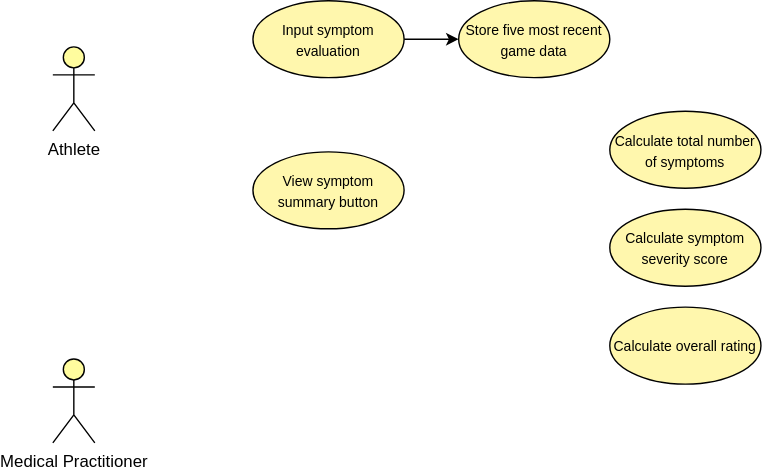
Earlier version of the draw.io export Use Case.drawio.svg (Awesomenaut/Sport-Concussion-Assessment-System-Project). Source tidied: cells renumbered, new cells last; positions are measured from the earlier drawing's top-left corner, leaving out a move shared by most shapes.
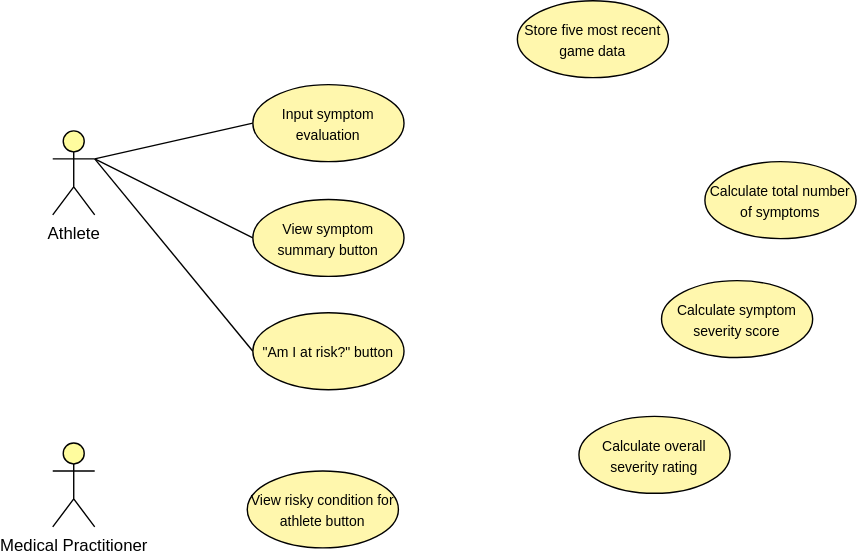
After the commit.

What changed in the source:
```diff
@@ -2,32 +2,44 @@
   <root>
     <mxCell id="0" />
     <mxCell id="1" parent="0" />
+    <mxCell id="11" style="shape=connector;rounded=0;jettySize=auto;html=1;exitX=1;exitY=0.3333333333333333;exitDx=0;exitDy=0;exitPerimeter=0;entryX=0;entryY=0.5;entryDx=0;entryDy=0;labelBackgroundColor=default;strokeColor=#000000;fontFamily=Helvetica;fontSize=11;fontColor=default;endArrow=none;endFill=0;" parent="1" edge="1" source="2" target="5">
+      <mxGeometry relative="1" as="geometry" />
+    </mxCell>
+    <mxCell id="12" style="shape=connector;rounded=0;jettySize=auto;html=1;exitX=1;exitY=0.3333333333333333;exitDx=0;exitDy=0;exitPerimeter=0;entryX=0;entryY=0.5;entryDx=0;entryDy=0;labelBackgroundColor=default;strokeColor=#000000;fontFamily=Helvetica;fontSize=11;fontColor=default;endArrow=none;endFill=0;" parent="1" edge="1" source="2" target="7">
+      <mxGeometry relative="1" as="geometry" />
+    </mxCell>
+    <mxCell id="13" style="shape=connector;rounded=0;jettySize=auto;html=1;exitX=1;exitY=0.3333333333333333;exitDx=0;exitDy=0;exitPerimeter=0;entryX=0;entryY=0.5;entryDx=0;entryDy=0;labelBackgroundColor=default;strokeColor=#000000;fontFamily=Helvetica;fontSize=11;fontColor=default;endArrow=none;endFill=0;" parent="1" edge="1" source="2" target="15">
+      <mxGeometry relative="1" as="geometry" />
+    </mxCell>
     <mxCell id="2" value="&lt;font color=&quot;#000000&quot;&gt;Athlete&lt;/font&gt;" style="shape=umlActor;verticalLabelPosition=bottom;verticalAlign=top;html=1;outlineConnect=0;fillColor=#FFFC9E;strokeColor=#000000;shadow=0;gradientColor=none;" parent="1" vertex="1">
       <mxGeometry y="33" width="30" height="60" as="geometry" />
     </mxCell>
     <mxCell id="3" value="&lt;font color=&quot;#000000&quot;&gt;Medical Practitioner&lt;br&gt;&lt;/font&gt;" style="shape=umlActor;verticalLabelPosition=bottom;verticalAlign=top;html=1;fillColor=#FFFC9E;strokeColor=#000000;shadow=0;gradientColor=none;" parent="1" vertex="1">
       <mxGeometry y="256" width="30" height="60" as="geometry" />
     </mxCell>
-    <mxCell id="4" style="edgeStyle=orthogonalEdgeStyle;rounded=0;jettySize=auto;html=1;exitX=1;exitY=0.5;exitDx=0;exitDy=0;entryX=0;entryY=0.5;entryDx=0;entryDy=0;strokeColor=#000000;" parent="1" edge="1" source="5" target="6">
-      <mxGeometry relative="1" as="geometry" />
-    </mxCell>
     <mxCell id="5" value="&lt;font style=&quot;font-size: 10px;&quot; color=&quot;#000000&quot;&gt;Input symptom evaluation&lt;/font&gt;" style="ellipse;whiteSpace=wrap;html=1;fillColor=#FFF7AD;gradientColor=none;strokeColor=#000000;" parent="1" vertex="1">
       <mxGeometry x="143" width="108" height="55" as="geometry" />
     </mxCell>
     <mxCell id="6" value="&lt;font style=&quot;font-size: 10px;&quot; color=&quot;#000000&quot;&gt;Store five most recent game data&lt;/font&gt;" style="ellipse;whiteSpace=wrap;html=1;fillColor=#FFF7AD;gradientColor=none;strokeColor=#000000;" parent="1" vertex="1">
-      <mxGeometry x="290" width="108" height="55" as="geometry" />
+      <mxGeometry x="332" y="-60" width="108" height="55" as="geometry" />
     </mxCell>
     <mxCell id="7" value="&lt;font color=&quot;#000000&quot;&gt;&lt;font style=&quot;font-size: 10px;&quot;&gt;View symptom summary button&lt;/font&gt;&lt;br&gt;&lt;/font&gt;" style="ellipse;whiteSpace=wrap;html=1;fillColor=#FFF7AD;gradientColor=none;strokeColor=#000000;" parent="1" vertex="1">
-      <mxGeometry x="143" y="108" width="108" height="55" as="geometry" />
+      <mxGeometry x="143" y="82" width="108" height="55" as="geometry" />
     </mxCell>
     <mxCell id="8" value="&lt;font color=&quot;#000000&quot;&gt;&lt;font style=&quot;font-size: 10px;&quot;&gt;Calculate total number of symptoms&lt;/font&gt;&lt;br&gt;&lt;/font&gt;" style="ellipse;whiteSpace=wrap;html=1;fillColor=#FFF7AD;gradientColor=none;strokeColor=#000000;" parent="1" vertex="1">
-      <mxGeometry x="398" y="79" width="108" height="55" as="geometry" />
+      <mxGeometry x="466" y="55" width="108" height="55" as="geometry" />
     </mxCell>
     <mxCell id="9" value="&lt;font color=&quot;#000000&quot;&gt;&lt;span style=&quot;font-size: 10px;&quot;&gt;Calculate symptom severity score&lt;/span&gt;&lt;br&gt;&lt;/font&gt;" style="ellipse;whiteSpace=wrap;html=1;fillColor=#FFF7AD;gradientColor=none;strokeColor=#000000;" parent="1" vertex="1">
-      <mxGeometry x="398" y="149" width="108" height="55" as="geometry" />
+      <mxGeometry x="435" y="140" width="108" height="55" as="geometry" />
     </mxCell>
-    <mxCell id="10" value="&lt;font color=&quot;#000000&quot;&gt;&lt;span style=&quot;font-size: 10px;&quot;&gt;Calculate overall rating&lt;/span&gt;&lt;br&gt;&lt;/font&gt;" style="ellipse;whiteSpace=wrap;html=1;fillColor=#FFF7AD;gradientColor=none;strokeColor=#000000;" parent="1" vertex="1">
-      <mxGeometry x="398" y="219" width="108" height="55" as="geometry" />
+    <mxCell id="10" value="&lt;font color=&quot;#000000&quot;&gt;&lt;span style=&quot;font-size: 10px;&quot;&gt;Calculate overall severity rating&lt;/span&gt;&lt;br&gt;&lt;/font&gt;" style="ellipse;whiteSpace=wrap;html=1;fillColor=#FFF7AD;gradientColor=none;strokeColor=#000000;" parent="1" vertex="1">
+      <mxGeometry x="376" y="237" width="108" height="55" as="geometry" />
     </mxCell>
+    <mxCell id="14" value="&lt;font color=&quot;#000000&quot;&gt;&lt;font style=&quot;font-size: 10px;&quot;&gt;View risky condition for athlete button&lt;/font&gt;&lt;br&gt;&lt;/font&gt;" style="ellipse;whiteSpace=wrap;html=1;fillColor=#FFF7AD;gradientColor=none;strokeColor=#000000;" parent="1" vertex="1">
+      <mxGeometry x="139" y="276" width="108" height="55" as="geometry" />
+    </mxCell>
+    <mxCell id="15" value="&lt;font color=&quot;#000000&quot;&gt;&lt;span style=&quot;font-size: 10px;&quot;&gt;&quot;Am I at risk?&quot; button&lt;/span&gt;&lt;br&gt;&lt;/font&gt;" style="ellipse;whiteSpace=wrap;html=1;fillColor=#FFF7AD;gradientColor=none;strokeColor=#000000;" parent="1" vertex="1">
+      <mxGeometry x="143" y="163" width="108" height="55" as="geometry" />
+    </mxCell>
   </root>
 </mxGraphModel>
```
